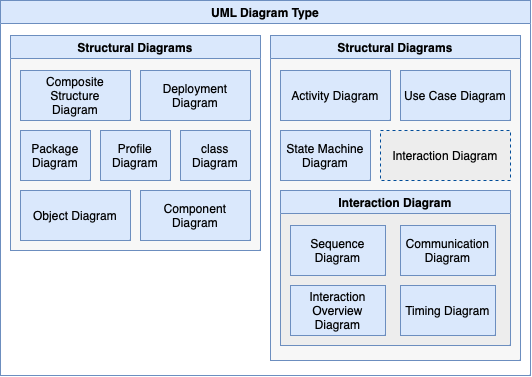
Before: UML Diagram Type.png, a diagram exported from draw.io (petrovRV/UML). Source tidied: cells renumbered, new cells last; positions are measured from the earlier drawing's top-left corner, leaving out a move shared by most shapes.
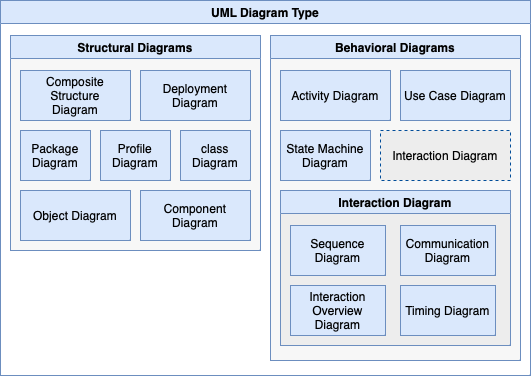
After the change.

Commit message:
The behavioral title was corrected.

Diff of the diagram source:
```diff
@@ -29,7 +29,7 @@
     <mxCell id="10" value="&lt;div&gt;Component Diagram&lt;br&gt;&lt;/div&gt;" style="html=1;whiteSpace=wrap;fillColor=#dae8fc;strokeColor=#6c8ebf;" parent="3" vertex="1">
       <mxGeometry x="130" y="155" width="110" height="50" as="geometry" />
     </mxCell>
-    <mxCell id="11" value="Structural Diagrams" style="swimlane;whiteSpace=wrap;html=1;swimlaneHead=1;noLabel=0;fillColor=#dae8fc;strokeColor=#6c8ebf;gradientColor=none;swimlaneFillColor=#F7F7F7;" parent="2" vertex="1">
+    <mxCell id="11" value="&lt;div&gt;Behavioral Diagrams&lt;br&gt;&lt;/div&gt;" style="swimlane;whiteSpace=wrap;html=1;swimlaneHead=1;noLabel=0;fillColor=#dae8fc;strokeColor=#6c8ebf;gradientColor=none;swimlaneFillColor=#F7F7F7;" parent="2" vertex="1">
       <mxGeometry x="270" y="35" width="250" height="325" as="geometry" />
     </mxCell>
     <mxCell id="12" value="Activity Diagram" style="html=1;whiteSpace=wrap;fillColor=#dae8fc;strokeColor=#6c8ebf;" parent="11" vertex="1">
```
